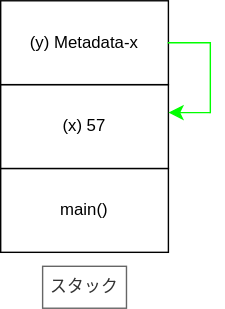
This is src/svg/chapter4/stack57y-ref.drawio.svg from taku-n/scribbling-rust, a draw.io export, as it was before one commit. Source tidied: cells renumbered, new cells last; positions are measured from the earlier drawing's top-left corner, leaving out a move shared by most shapes. Its diagram source:
```xml
<mxGraphModel>
  <root>
    <mxCell id="0" />
    <mxCell id="1" parent="0" />
    <mxCell id="2" value="main()" style="rounded=0;whiteSpace=wrap;html=1;" parent="1" vertex="1">
      <mxGeometry y="120" width="120" height="60" as="geometry" />
    </mxCell>
    <mxCell id="3" value="(x) 57" style="rounded=0;whiteSpace=wrap;html=1;" parent="1" vertex="1">
      <mxGeometry y="60" width="120" height="60" as="geometry" />
    </mxCell>
    <mxCell id="4" value="スタック" style="text;html=1;align=center;verticalAlign=middle;whiteSpace=wrap;rounded=0;fillColor=#FFFFFF;strokeColor=#666666;fontColor=#333333;" parent="1" vertex="1">
      <mxGeometry x="30" y="190" width="60" height="30" as="geometry" />
    </mxCell>
    <mxCell id="5" value="(y) Metadata-x" style="rounded=0;whiteSpace=wrap;html=1;" parent="1" vertex="1">
      <mxGeometry width="120" height="60" as="geometry" />
    </mxCell>
    <mxCell id="6" style="shape=partialRectangle;whiteSpace=wrap;html=1;bottom=0;right=0;fillColor=none;strokeColor=#00FF00;flipH=1;" parent="1" vertex="1">
      <mxGeometry x="120" y="30" width="30" height="50" as="geometry" />
    </mxCell>
    <mxCell id="7" style="edgeStyle=elbowEdgeStyle;elbow=horizontal;endArrow=classic;html=1;curved=0;rounded=0;endSize=8;startSize=8;strokeColor=#00FF00;" parent="1" edge="1">
      <mxGeometry relative="1" as="geometry">
        <mxPoint x="140" y="80" as="sourcePoint" />
        <mxPoint x="120" y="80" as="targetPoint" />
        <Array as="points">
          <mxPoint x="150" y="90" />
        </Array>
      </mxGeometry>
    </mxCell>
  </root>
</mxGraphModel>
```
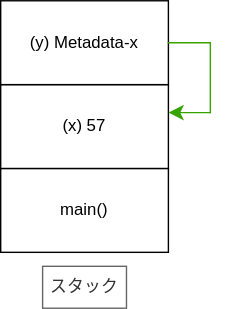
After the commit.

Diff of the diagram source:
```diff
@@ -14,10 +14,10 @@
     <mxCell id="5" value="(y) Metadata-x" style="rounded=0;whiteSpace=wrap;html=1;" parent="1" vertex="1">
       <mxGeometry width="120" height="60" as="geometry" />
     </mxCell>
-    <mxCell id="6" style="shape=partialRectangle;whiteSpace=wrap;html=1;bottom=0;right=0;fillColor=none;strokeColor=#00FF00;flipH=1;" parent="1" vertex="1">
+    <mxCell id="6" style="shape=partialRectangle;whiteSpace=wrap;html=1;bottom=0;right=0;fillColor=none;strokeColor=#36A300;flipH=1;" parent="1" vertex="1">
       <mxGeometry x="120" y="30" width="30" height="50" as="geometry" />
     </mxCell>
-    <mxCell id="7" style="edgeStyle=elbowEdgeStyle;elbow=horizontal;endArrow=classic;html=1;curved=0;rounded=0;endSize=8;startSize=8;strokeColor=#00FF00;" parent="1" edge="1">
+    <mxCell id="7" style="edgeStyle=elbowEdgeStyle;elbow=horizontal;endArrow=classic;html=1;curved=0;rounded=0;endSize=8;startSize=8;strokeColor=#36A300;" parent="1" edge="1">
       <mxGeometry relative="1" as="geometry">
         <mxPoint x="140" y="80" as="sourcePoint" />
         <mxPoint x="120" y="80" as="targetPoint" />
```
